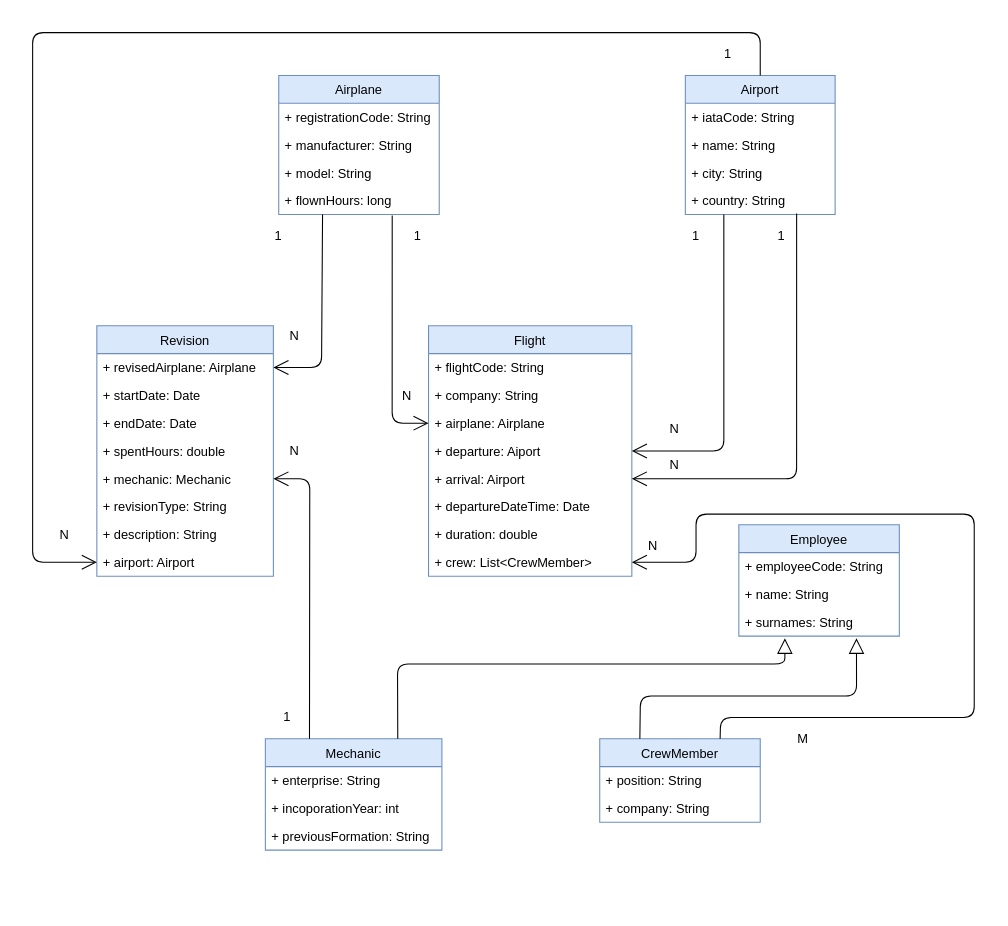
david-rojo/cloudApps-relational-persistence keeps this draw.io diagram as doc/img/diagram.drawio. Above is the earlier version. Source tidied: cells renumbered, new cells numbered last; positions are measured from the earlier drawing's top-left corner, leaving out a move shared by most shapes. Both pictures are drawn from the tidied source at 107%, with x=0, y=0 at pixel (32, 32).
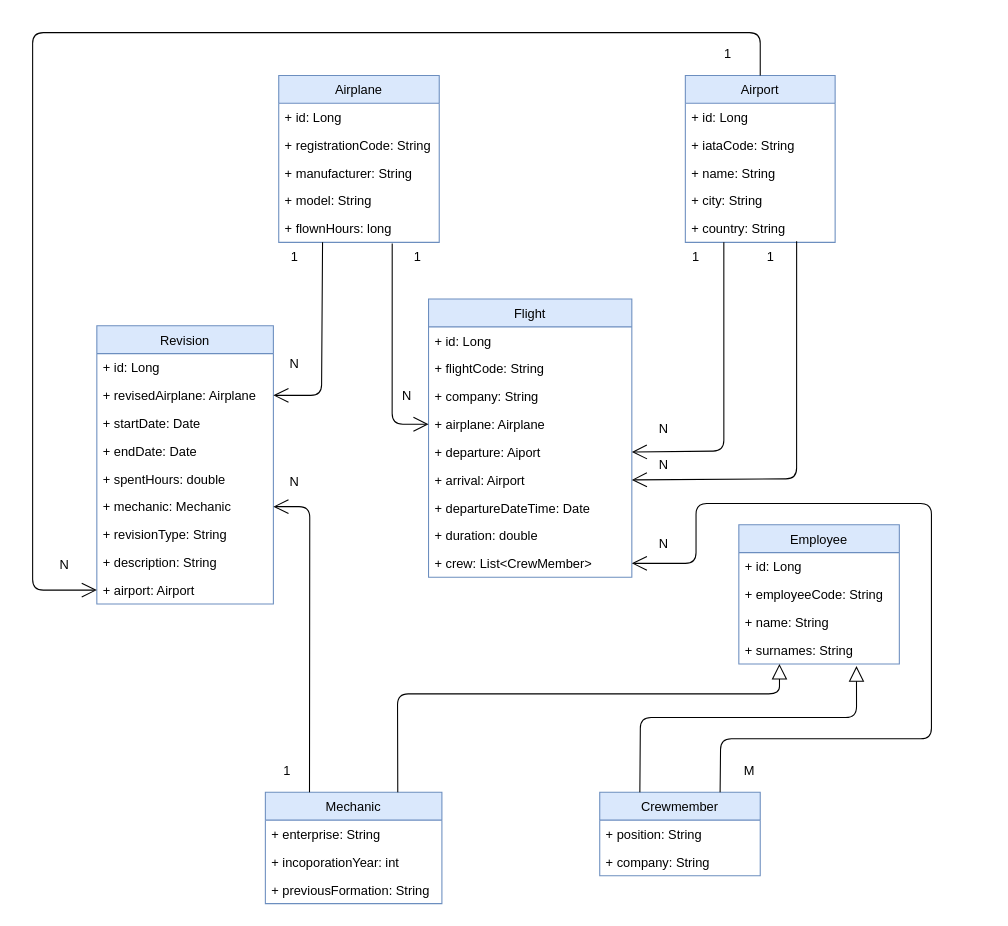
The same page after the edit.

Commit message (it also covers changes not shown here):
update diagram according to new implementation

Diff of the diagram source:
```diff
@@
     <mxCell id="2" value="Airplane" style="swimlane;fontStyle=0;horizontal=1;startSize=26;fillColor=#dae8fc;strokeColor=#6c8ebf;" parent="1" vertex="1">
-      <mxGeometry x="230" y="40" width="150" height="130" as="geometry" />
+      <mxGeometry x="230" y="40" width="150" height="156" as="geometry" />
     </mxCell>
+    <mxCell id="64" value="+ id: Long" style="text;strokeColor=none;fillColor=none;align=left;verticalAlign=top;spacingLeft=4;spacingRight=4;overflow=hidden;" parent="2" vertex="1">
+      <mxGeometry y="26" width="150" height="26" as="geometry" />
+    </mxCell>
     <mxCell id="3" value="+ registrationCode: String" style="text;strokeColor=none;fillColor=none;align=left;verticalAlign=top;spacingLeft=4;spacingRight=4;overflow=hidden;" parent="2" vertex="1">
-      <mxGeometry y="26" width="150" height="26" as="geometry" />
+      <mxGeometry y="52" width="150" height="26" as="geometry" />
     </mxCell>
     <mxCell id="4" value="+ manufacturer: String" style="text;strokeColor=none;fillColor=none;align=left;verticalAlign=top;spacingLeft=4;spacingRight=4;overflow=hidden;" parent="2" vertex="1">
-      <mxGeometry y="52" width="150" height="26" as="geometry" />
+      <mxGeometry y="78" width="150" height="26" as="geometry" />
     </mxCell>
     <mxCell id="5" value="+ model: String" style="text;strokeColor=none;fillColor=none;align=left;verticalAlign=top;spacingLeft=4;spacingRight=4;overflow=hidden;" parent="2" vertex="1">
-      <mxGeometry y="78" width="150" height="26" as="geometry" />
+      <mxGeometry y="104" width="150" height="26" as="geometry" />
     </mxCell>
     <mxCell id="6" value="+ flownHours: long" style="text;strokeColor=none;fillColor=none;align=left;verticalAlign=top;spacingLeft=4;spacingRight=4;overflow=hidden;points=[[0,0.5],[1,0.5]];portConstraint=eastwest;" parent="2" vertex="1">
-      <mxGeometry y="104" width="150" height="26" as="geometry" />
+      <mxGeometry y="130" width="150" height="26" as="geometry" />
     </mxCell>
     <mxCell id="7" value="Airport" style="swimlane;fontStyle=0;horizontal=1;startSize=26;fillColor=#dae8fc;strokeColor=#6c8ebf;" parent="1" vertex="1">
-      <mxGeometry x="610" y="40" width="140" height="130" as="geometry" />
+      <mxGeometry x="610" y="40" width="140" height="156" as="geometry" />
     </mxCell>
+    <mxCell id="65" value="+ id: Long" style="text;strokeColor=none;fillColor=none;align=left;verticalAlign=top;spacingLeft=4;spacingRight=4;overflow=hidden;" parent="7" vertex="1">
+      <mxGeometry y="26" width="140" height="26" as="geometry" />
+    </mxCell>
     <mxCell id="8" value="+ iataCode: String" style="text;strokeColor=none;fillColor=none;align=left;verticalAlign=top;spacingLeft=4;spacingRight=4;overflow=hidden;" parent="7" vertex="1">
-      <mxGeometry y="26" width="140" height="26" as="geometry" />
+      <mxGeometry y="52" width="140" height="26" as="geometry" />
     </mxCell>
     <mxCell id="9" value="+ name: String" style="text;strokeColor=none;fillColor=none;align=left;verticalAlign=top;spacingLeft=4;spacingRight=4;overflow=hidden;" parent="7" vertex="1">
-      <mxGeometry y="52" width="140" height="26" as="geometry" />
+      <mxGeometry y="78" width="140" height="26" as="geometry" />
     </mxCell>
     <mxCell id="10" value="+ city: String" style="text;strokeColor=none;fillColor=none;align=left;verticalAlign=top;spacingLeft=4;spacingRight=4;overflow=hidden;" parent="7" vertex="1">
-      <mxGeometry y="78" width="140" height="26" as="geometry" />
+      <mxGeometry y="104" width="140" height="26" as="geometry" />
     </mxCell>
     <mxCell id="11" value="+ country: String" style="text;strokeColor=none;fillColor=none;align=left;verticalAlign=top;spacingLeft=4;spacingRight=4;overflow=hidden;points=[[0,0.5],[1,0.5]];portConstraint=eastwest;" parent="7" vertex="1">
-      <mxGeometry y="104" width="140" height="26" as="geometry" />
+      <mxGeometry y="130" width="140" height="26" as="geometry" />
     </mxCell>
-    <mxCell id="12" value="CrewMember" style="swimlane;fontStyle=0;horizontal=1;startSize=26;fillColor=#dae8fc;strokeColor=#6c8ebf;" parent="1" vertex="1">
-      <mxGeometry x="530" y="660" width="150" height="78" as="geometry" />
+    <mxCell id="12" value="Crewmember" style="swimlane;fontStyle=0;horizontal=1;startSize=26;fillColor=#dae8fc;strokeColor=#6c8ebf;" parent="1" vertex="1">
+      <mxGeometry x="530" y="710" width="150" height="78" as="geometry" />
     </mxCell>
@@
     <mxCell id="15" value="Flight" style="swimlane;fontStyle=0;horizontal=1;startSize=26;fillColor=#dae8fc;strokeColor=#6c8ebf;" parent="1" vertex="1">
-      <mxGeometry x="370" y="274" width="190" height="234" as="geometry" />
+      <mxGeometry x="370" y="249" width="190" height="260" as="geometry" />
     </mxCell>
+    <mxCell id="66" value="+ id: Long" style="text;strokeColor=none;fillColor=none;align=left;verticalAlign=top;spacingLeft=4;spacingRight=4;overflow=hidden;" parent="15" vertex="1">
+      <mxGeometry y="26" width="190" height="26" as="geometry" />
+    </mxCell>
     <mxCell id="16" value="+ flightCode: String" style="text;strokeColor=none;fillColor=none;align=left;verticalAlign=top;spacingLeft=4;spacingRight=4;overflow=hidden;" parent="15" vertex="1">
-      <mxGeometry y="26" width="190" height="26" as="geometry" />
+      <mxGeometry y="52" width="190" height="26" as="geometry" />
     </mxCell>
     <mxCell id="17" value="+ company: String" style="text;strokeColor=none;fillColor=none;align=left;verticalAlign=top;spacingLeft=4;spacingRight=4;overflow=hidden;" parent="15" vertex="1">
-      <mxGeometry y="52" width="190" height="26" as="geometry" />
+      <mxGeometry y="78" width="190" height="26" as="geometry" />
     </mxCell>
     <mxCell id="18" value="+ airplane: Airplane" style="text;strokeColor=none;fillColor=none;align=left;verticalAlign=top;spacingLeft=4;spacingRight=4;overflow=hidden;points=[[0,0.5],[1,0.5]];portConstraint=eastwest;" parent="15" vertex="1">
-      <mxGeometry y="78" width="190" height="26" as="geometry" />
+      <mxGeometry y="104" width="190" height="26" as="geometry" />
     </mxCell>
     <mxCell id="19" value="+ departure: Aiport" style="text;strokeColor=none;fillColor=none;align=left;verticalAlign=top;spacingLeft=4;spacingRight=4;overflow=hidden;points=[[0,0.5],[1,0.5]];portConstraint=eastwest;" parent="15" vertex="1">
-      <mxGeometry y="104" width="190" height="26" as="geometry" />
+      <mxGeometry y="130" width="190" height="26" as="geometry" />
     </mxCell>
     <mxCell id="20" value="+ arrival: Airport" style="text;strokeColor=none;fillColor=none;align=left;verticalAlign=top;spacingLeft=4;spacingRight=4;overflow=hidden;points=[[0,0.5],[1,0.5]];portConstraint=eastwest;" parent="15" vertex="1">
-      <mxGeometry y="130" width="190" height="26" as="geometry" />
+      <mxGeometry y="156" width="190" height="26" as="geometry" />
     </mxCell>
     <mxCell id="21" value="+ departureDateTime: Date" style="text;strokeColor=none;fillColor=none;align=left;verticalAlign=top;spacingLeft=4;spacingRight=4;overflow=hidden;" parent="15" vertex="1">
-      <mxGeometry y="156" width="190" height="26" as="geometry" />
+      <mxGeometry y="182" width="190" height="26" as="geometry" />
     </mxCell>
     <mxCell id="22" value="+ duration: double" style="text;strokeColor=none;fillColor=none;align=left;verticalAlign=top;spacingLeft=4;spacingRight=4;overflow=hidden;" parent="15" vertex="1">
-      <mxGeometry y="182" width="190" height="26" as="geometry" />
+      <mxGeometry y="208" width="190" height="26" as="geometry" />
     </mxCell>
     <mxCell id="23" value="+ crew: List&lt;CrewMember&gt;" style="text;strokeColor=none;fillColor=none;align=left;verticalAlign=top;spacingLeft=4;spacingRight=4;overflow=hidden;points=[[0,0.5],[1,0.5]];portConstraint=eastwest;" parent="15" vertex="1">
-      <mxGeometry y="208" width="190" height="26" as="geometry" />
+      <mxGeometry y="234" width="190" height="26" as="geometry" />
     </mxCell>
     <mxCell id="24" value="Mechanic" style="swimlane;fontStyle=0;horizontal=1;startSize=26;fillColor=#dae8fc;strokeColor=#6c8ebf;" parent="1" vertex="1">
-      <mxGeometry x="217.5" y="660" width="165" height="104" as="geometry" />
+      <mxGeometry x="217.5" y="710" width="165" height="104" as="geometry" />
     </mxCell>
@@
     <mxCell id="28" value="Revision" style="swimlane;fontStyle=0;horizontal=1;startSize=26;fillColor=#dae8fc;strokeColor=#6c8ebf;" parent="1" vertex="1">
-      <mxGeometry x="60" y="274" width="165" height="234" as="geometry" />
+      <mxGeometry x="60" y="274" width="165" height="260" as="geometry" />
     </mxCell>
+    <mxCell id="67" value="+ id: Long" style="text;strokeColor=none;fillColor=none;align=left;verticalAlign=top;spacingLeft=4;spacingRight=4;overflow=hidden;" parent="28" vertex="1">
+      <mxGeometry y="26" width="165" height="26" as="geometry" />
+    </mxCell>
     <mxCell id="29" value="+ revisedAirplane: Airplane" style="text;strokeColor=none;fillColor=none;align=left;verticalAlign=top;spacingLeft=4;spacingRight=4;overflow=hidden;points=[[0,0.5],[1,0.5]];portConstraint=eastwest;" parent="28" vertex="1">
-      <mxGeometry y="26" width="165" height="26" as="geometry" />
+      <mxGeometry y="52" width="165" height="26" as="geometry" />
     </mxCell>
     <mxCell id="30" value="+ startDate: Date" style="text;strokeColor=none;fillColor=none;align=left;verticalAlign=top;spacingLeft=4;spacingRight=4;overflow=hidden;" parent="28" vertex="1">
-      <mxGeometry y="52" width="165" height="26" as="geometry" />
+      <mxGeometry y="78" width="165" height="26" as="geometry" />
     </mxCell>
     <mxCell id="31" value="+ endDate: Date" style="text;strokeColor=none;fillColor=none;align=left;verticalAlign=top;spacingLeft=4;spacingRight=4;overflow=hidden;" parent="28" vertex="1">
-      <mxGeometry y="78" width="165" height="26" as="geometry" />
+      <mxGeometry y="104" width="165" height="26" as="geometry" />
     </mxCell>
     <mxCell id="32" value="+ spentHours: double" style="text;strokeColor=none;fillColor=none;align=left;verticalAlign=top;spacingLeft=4;spacingRight=4;overflow=hidden;" parent="28" vertex="1">
-      <mxGeometry y="104" width="165" height="26" as="geometry" />
+      <mxGeometry y="130" width="165" height="26" as="geometry" />
     </mxCell>
     <mxCell id="33" value="+ mechanic: Mechanic" style="text;strokeColor=none;fillColor=none;align=left;verticalAlign=top;spacingLeft=4;spacingRight=4;overflow=hidden;points=[[0,0.5],[1,0.5]];portConstraint=eastwest;" parent="28" vertex="1">
-      <mxGeometry y="130" width="165" height="26" as="geometry" />
+      <mxGeometry y="156" width="165" height="26" as="geometry" />
     </mxCell>
     <mxCell id="34" value="+ revisionType: String" style="text;strokeColor=none;fillColor=none;align=left;verticalAlign=top;spacingLeft=4;spacingRight=4;overflow=hidden;" parent="28" vertex="1">
-      <mxGeometry y="156" width="165" height="26" as="geometry" />
+      <mxGeometry y="182" width="165" height="26" as="geometry" />
     </mxCell>
     <mxCell id="35" value="+ description: String" style="text;strokeColor=none;fillColor=none;align=left;verticalAlign=top;spacingLeft=4;spacingRight=4;overflow=hidden;" parent="28" vertex="1">
-      <mxGeometry y="182" width="165" height="26" as="geometry" />
+      <mxGeometry y="208" width="165" height="26" as="geometry" />
     </mxCell>
     <mxCell id="36" value="+ airport: Airport" style="text;strokeColor=none;fillColor=none;align=left;verticalAlign=top;spacingLeft=4;spacingRight=4;overflow=hidden;points=[[0,0.5],[1,0.5]];portConstraint=eastwest;" parent="28" vertex="1">
-      <mxGeometry y="208" width="165" height="26" as="geometry" />
+      <mxGeometry y="234" width="165" height="26" as="geometry" />
     </mxCell>
     <mxCell id="37" value="Employee" style="swimlane;fontStyle=0;horizontal=1;startSize=26;fillColor=#dae8fc;strokeColor=#6c8ebf;" parent="1" vertex="1">
-      <mxGeometry x="660" y="460" width="150" height="104" as="geometry" />
+      <mxGeometry x="660" y="460" width="150" height="130" as="geometry" />
     </mxCell>
+    <mxCell id="68" value="+ id: Long" style="text;strokeColor=none;fillColor=none;align=left;verticalAlign=top;spacingLeft=4;spacingRight=4;overflow=hidden;" parent="37" vertex="1">
+      <mxGeometry y="26" width="150" height="26" as="geometry" />
+    </mxCell>
     <mxCell id="38" value="+ employeeCode: String" style="text;strokeColor=none;fillColor=none;align=left;verticalAlign=top;spacingLeft=4;spacingRight=4;overflow=hidden;" parent="37" vertex="1">
-      <mxGeometry y="26" width="150" height="26" as="geometry" />
+      <mxGeometry y="52" width="150" height="26" as="geometry" />
     </mxCell>
     <mxCell id="39" value="+ name: String" style="text;strokeColor=none;fillColor=none;align=left;verticalAlign=top;spacingLeft=4;spacingRight=4;overflow=hidden;" parent="37" vertex="1">
-      <mxGeometry y="52" width="150" height="26" as="geometry" />
+      <mxGeometry y="78" width="150" height="26" as="geometry" />
     </mxCell>
     <mxCell id="40" value="+ surnames: String" style="text;strokeColor=none;fillColor=none;align=left;verticalAlign=top;spacingLeft=4;spacingRight=4;overflow=hidden;points=[[0,0.5],[1,0.5]];portConstraint=eastwest;" parent="37" vertex="1">
-      <mxGeometry y="78" width="150" height="26" as="geometry" />
+      <mxGeometry y="104" width="150" height="26" as="geometry" />
     </mxCell>
-    <mxCell id="41" style="endArrow=block;endFill=0;endSize=12;html=1;entryX=0.287;entryY=1.077;entryDx=0;entryDy=0;entryPerimeter=0;exitX=0.75;exitY=0;exitDx=0;exitDy=0;" parent="1" edge="1" source="24" target="40">
-      <mxGeometry relative="1" as="geometry">
-        <Array as="points">
-          <mxPoint x="341" y="590" />
-          <mxPoint x="703" y="590" />
-        </Array>
-      </mxGeometry>
-    </mxCell>
     <mxCell id="42" style="endArrow=block;endFill=0;endSize=12;html=1;entryX=0.733;entryY=1.077;entryDx=0;entryDy=0;entryPerimeter=0;exitX=0.25;exitY=0;exitDx=0;exitDy=0;" parent="1" edge="1" source="12" target="40">
       <mxGeometry relative="1" as="geometry">
         <Array as="points">
-          <mxPoint x="568" y="620" />
-          <mxPoint x="770" y="620" />
+          <mxPoint x="568" y="640" />
+          <mxPoint x="770" y="640" />
         </Array>
       </mxGeometry>
     </mxCell>
     <mxCell id="43" style="endArrow=open;endFill=1;endSize=12;html=1;exitX=0.75;exitY=0;exitDx=0;exitDy=0;entryX=1;entryY=0.5;entryDx=0;entryDy=0;" parent="1" edge="1" source="12" target="23">
       <mxGeometry relative="1" as="geometry">
         <Array as="points">
-          <mxPoint x="643" y="640" />
-          <mxPoint x="880" y="640" />
-          <mxPoint x="880" y="450" />
-          <mxPoint x="620" y="450" />
-          <mxPoint x="620" y="495" />
+          <mxPoint x="643" y="660" />
+          <mxPoint x="840" y="660" />
+          <mxPoint x="840" y="440" />
+          <mxPoint x="620" y="440" />
+          <mxPoint x="620" y="496" />
         </Array>
       </mxGeometry>
     </mxCell>
     <mxCell id="44" style="endArrow=open;endFill=1;endSize=12;html=1;entryX=0;entryY=0.5;entryDx=0;entryDy=0;exitX=0.5;exitY=0;exitDx=0;exitDy=0;" parent="1" edge="1" source="7" target="36">
       <mxGeometry relative="1" as="geometry">
         <Array as="points">
           <mxPoint x="680" />
           <mxPoint />
-          <mxPoint y="495" />
+          <mxPoint y="521" />
         </Array>
       </mxGeometry>
     </mxCell>
     <mxCell id="45" style="endArrow=open;endFill=1;endSize=12;html=1;entryX=1;entryY=0.5;entryDx=0;entryDy=0;exitX=0.25;exitY=0;exitDx=0;exitDy=0;" parent="1" edge="1" source="24" target="33">
       <mxGeometry relative="1" as="geometry">
         <Array as="points">
-          <mxPoint x="259" y="417" />
+          <mxPoint x="259" y="443" />
         </Array>
       </mxGeometry>
     </mxCell>
     <mxCell id="46" style="endArrow=open;endFill=1;endSize=12;html=1;entryX=1;entryY=0.5;entryDx=0;entryDy=0;exitX=0.273;exitY=1;exitDx=0;exitDy=0;exitPerimeter=0;" parent="1" edge="1" source="6" target="29">
       <mxGeometry relative="1" as="geometry">
         <Array as="points">
-          <mxPoint x="270" y="313" />
+          <mxPoint x="270" y="339" />
         </Array>
       </mxGeometry>
     </mxCell>
     <mxCell id="47" style="endArrow=open;endFill=1;endSize=12;html=1;entryX=0;entryY=0.5;entryDx=0;entryDy=0;exitX=0.707;exitY=1.038;exitDx=0;exitDy=0;exitPerimeter=0;" parent="1" edge="1" source="6" target="18">
       <mxGeometry relative="1" as="geometry">
         <Array as="points">
-          <mxPoint x="336" y="365" />
+          <mxPoint x="336" y="366" />
         </Array>
       </mxGeometry>
     </mxCell>
@@
     <mxCell id="50" value="1" style="text;html=1;strokeColor=none;fillColor=none;align=center;verticalAlign=middle;whiteSpace=wrap;rounded=0;" parent="1" vertex="1">
-      <mxGeometry x="340" y="180" width="40" height="20" as="geometry" />
+      <mxGeometry x="340" y="200" width="40" height="20" as="geometry" />
     </mxCell>
     <mxCell id="51" value="1" style="text;html=1;strokeColor=none;fillColor=none;align=center;verticalAlign=middle;whiteSpace=wrap;rounded=0;" parent="1" vertex="1">
-      <mxGeometry x="210" y="180" width="40" height="20" as="geometry" />
+      <mxGeometry x="225" y="200" width="40" height="20" as="geometry" />
     </mxCell>
     <mxCell id="52" value="N" style="text;html=1;strokeColor=none;fillColor=none;align=center;verticalAlign=middle;whiteSpace=wrap;rounded=0;" parent="1" vertex="1">
-      <mxGeometry x="225" y="274" width="40" height="20" as="geometry" />
+      <mxGeometry x="225" y="300" width="40" height="20" as="geometry" />
     </mxCell>
@@
     <mxCell id="55" value="N" style="text;html=1;strokeColor=none;fillColor=none;align=center;verticalAlign=middle;whiteSpace=wrap;rounded=0;" parent="1" vertex="1">
-      <mxGeometry x="10" y="460" width="40" height="20" as="geometry" />
+      <mxGeometry x="10" y="488" width="40" height="20" as="geometry" />
     </mxCell>
     <mxCell id="56" value="N" style="text;html=1;strokeColor=none;fillColor=none;align=center;verticalAlign=middle;whiteSpace=wrap;rounded=0;" parent="1" vertex="1">
-      <mxGeometry x="225" y="381" width="40" height="20" as="geometry" />
+      <mxGeometry x="225" y="410" width="40" height="20" as="geometry" />
     </mxCell>
     <mxCell id="57" value="1" style="text;html=1;strokeColor=none;fillColor=none;align=center;verticalAlign=middle;whiteSpace=wrap;rounded=0;" parent="1" vertex="1">
-      <mxGeometry x="217.5" y="630" width="40" height="20" as="geometry" />
+      <mxGeometry x="217.5" y="680" width="40" height="20" as="geometry" />
     </mxCell>
     <mxCell id="58" value="N" style="text;html=1;strokeColor=none;fillColor=none;align=center;verticalAlign=middle;whiteSpace=wrap;rounded=0;" parent="1" vertex="1">
-      <mxGeometry x="560" y="470" width="40" height="20" as="geometry" />
+      <mxGeometry x="570" y="468" width="40" height="20" as="geometry" />
     </mxCell>
     <mxCell id="59" value="M" style="text;html=1;strokeColor=none;fillColor=none;align=center;verticalAlign=middle;whiteSpace=wrap;rounded=0;" parent="1" vertex="1">
-      <mxGeometry x="700" y="650" width="40" height="20" as="geometry" />
+      <mxGeometry x="650" y="680" width="40" height="20" as="geometry" />
     </mxCell>
     <mxCell id="60" value="1" style="text;html=1;strokeColor=none;fillColor=none;align=center;verticalAlign=middle;whiteSpace=wrap;rounded=0;" parent="1" vertex="1">
-      <mxGeometry x="600" y="180" width="40" height="20" as="geometry" />
+      <mxGeometry x="600" y="200" width="40" height="20" as="geometry" />
     </mxCell>
     <mxCell id="61" value="1" style="text;html=1;strokeColor=none;fillColor=none;align=center;verticalAlign=middle;whiteSpace=wrap;rounded=0;" parent="1" vertex="1">
-      <mxGeometry x="680" y="180" width="40" height="20" as="geometry" />
+      <mxGeometry x="670" y="200" width="40" height="20" as="geometry" />
     </mxCell>
     <mxCell id="62" value="N" style="text;html=1;strokeColor=none;fillColor=none;align=center;verticalAlign=middle;whiteSpace=wrap;rounded=0;" parent="1" vertex="1">
-      <mxGeometry x="580" y="361" width="40" height="20" as="geometry" />
+      <mxGeometry x="570" y="361" width="40" height="20" as="geometry" />
     </mxCell>
     <mxCell id="63" value="N" style="text;html=1;strokeColor=none;fillColor=none;align=center;verticalAlign=middle;whiteSpace=wrap;rounded=0;" parent="1" vertex="1">
-      <mxGeometry x="580" y="394" width="40" height="20" as="geometry" />
+      <mxGeometry x="570" y="394" width="40" height="20" as="geometry" />
     </mxCell>
+    <mxCell id="41" style="endArrow=block;endFill=0;endSize=12;html=1;entryX=0.253;entryY=1;entryDx=0;entryDy=0;entryPerimeter=0;exitX=0.75;exitY=0;exitDx=0;exitDy=0;" parent="1" edge="1" source="24" target="40">
+      <mxGeometry relative="1" as="geometry">
+        <Array as="points">
+          <mxPoint x="341" y="618" />
+          <mxPoint x="698" y="618" />
+        </Array>
+      </mxGeometry>
+    </mxCell>
```
